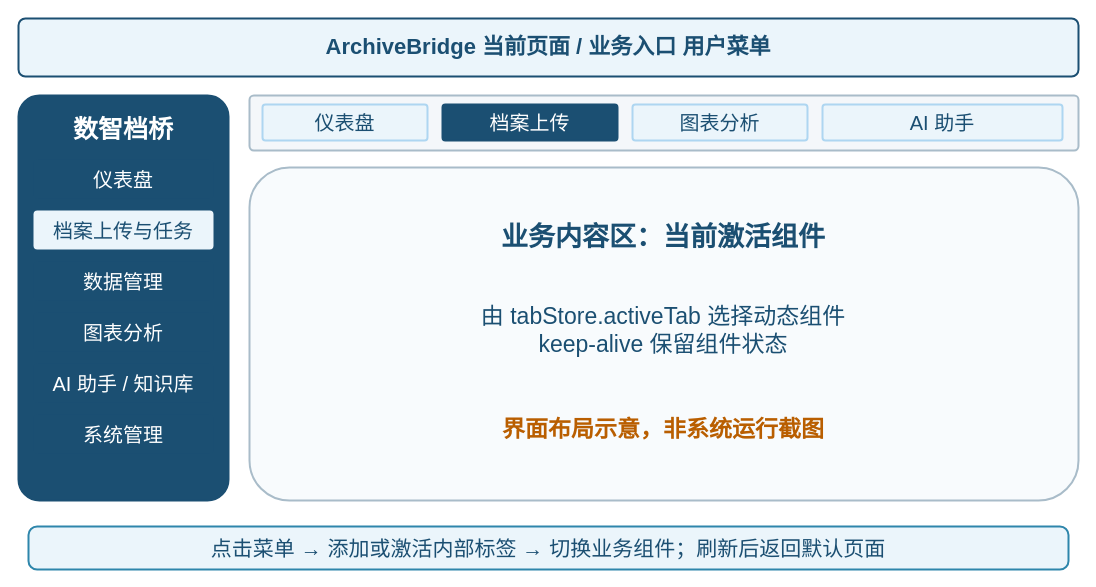
Earlier version of the draw.io diagram paper/原图风格修订/figures/fig4-3.drawio (LCJM-85/ArchiveBridge). Source tidied: cells renumbered, new cells numbered last; positions are measured from the earlier drawing's top-left corner, leaving out a move shared by most shapes. Both pictures are drawn from the tidied source at 100%, with x=0, y=0 at pixel (18, 18).
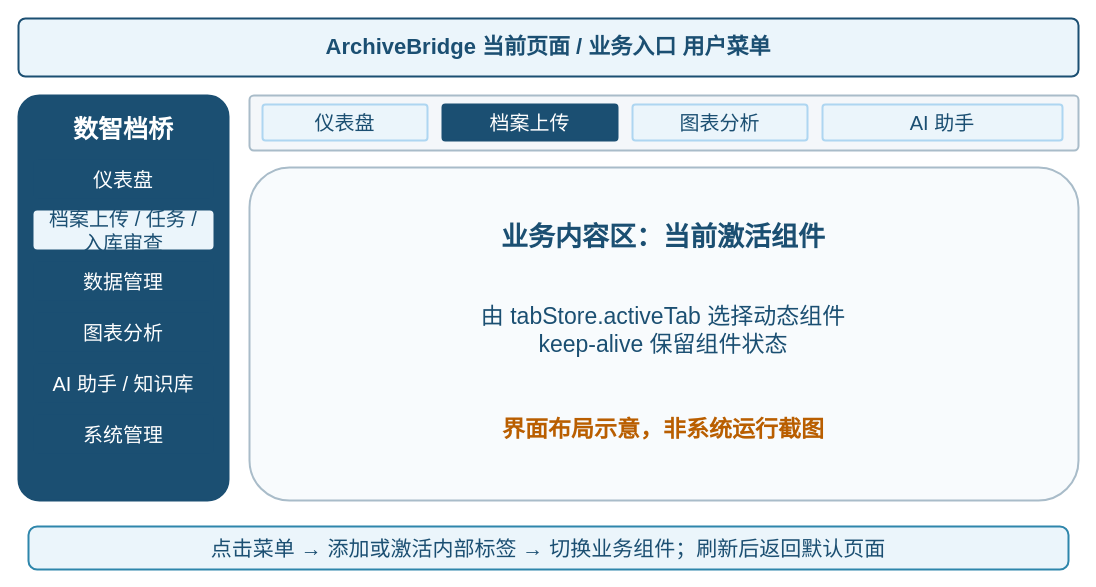
The same page after the edit.

The edit, as a diff of the source:
```diff
@@
-    <mxCell id="8" value="档案上传与任务" style="rounded=1;whiteSpace=wrap;html=1;arcSize=10;fillColor=#EBF5FB;strokeColor=none;strokeWidth=2;fontColor=#1B4F72;fontFamily=Microsoft YaHei;fontSize=20;fontStyle=0;align=center;verticalAlign=middle;spacing=8;dashed=0;" parent="1" vertex="1">
+    <mxCell id="8" value="档案上传 / 任务 / 入库审查" style="rounded=1;whiteSpace=wrap;html=1;arcSize=10;fillColor=#EBF5FB;strokeColor=none;strokeWidth=2;fontColor=#1B4F72;fontFamily=Microsoft YaHei;fontSize=20;fontStyle=0;align=center;verticalAlign=middle;spacing=8;dashed=0;" parent="1" vertex="1">
       <mxGeometry x="15" y="192" width="180" height="39" as="geometry" />
     </mxCell>
```
